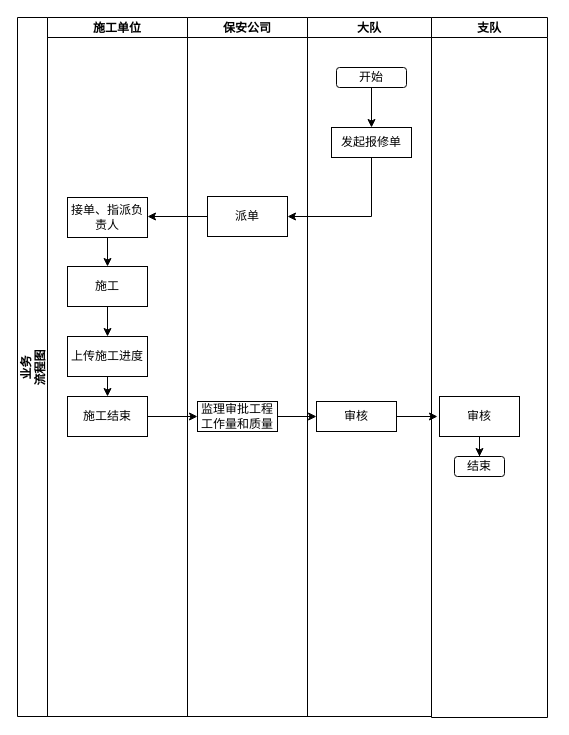
Before: design/大队发起-应急.drawio in huyongchao98/dapp, a draw.io diagram. Source tidied: cells renumbered, new cells numbered last; positions are measured from the earlier drawing's top-left corner, leaving out a move shared by most shapes. Both pictures are drawn from the tidied source at 100%, with x=0, y=0 at pixel (17, 17).
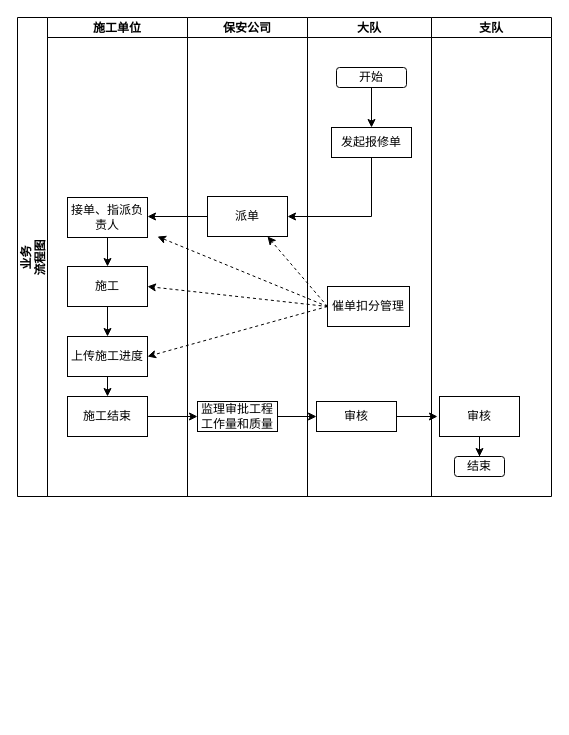
After the change.

Commit message:
更新大队发起-应急.drawio

The change refers to these unchanged cells:
```xml
<mxCell id="7" value="施工" style="rounded=0;whiteSpace=wrap;html=1;" parent="3" vertex="1">
  <mxGeometry x="20" y="249" width="80" height="40" as="geometry" />
</mxCell>
<mxCell id="9" value="上传施工进度" style="rounded=0;whiteSpace=wrap;html=1;" parent="3" vertex="1">
  <mxGeometry x="20" y="319" width="80" height="40" as="geometry" />
</mxCell>
<mxCell id="15" value="派单" style="rounded=0;whiteSpace=wrap;html=1;" parent="14" vertex="1">
  <mxGeometry x="20" y="179" width="80" height="40" as="geometry" />
</mxCell>
```

What changed in the source:
```diff
@@
     <mxCell id="2" value="业务&#10;流程图" style="swimlane;startSize=30;horizontal=0;" parent="1" vertex="1">
-      <mxGeometry width="414" height="699" as="geometry" />
+      <mxGeometry width="414" height="479" as="geometry" />
     </mxCell>
     <mxCell id="3" value="施工单位" style="swimlane;startSize=20;" parent="2" vertex="1">
-      <mxGeometry x="30" width="140" height="699" as="geometry" />
+      <mxGeometry x="30" width="140" height="479" as="geometry" />
     </mxCell>
@@
     <mxCell id="14" value="保安公司" style="swimlane;startSize=20;" parent="2" vertex="1">
-      <mxGeometry x="170" width="120" height="699" as="geometry" />
+      <mxGeometry x="170" width="120" height="479" as="geometry" />
     </mxCell>
@@
     <mxCell id="17" value="大队" style="swimlane;startSize=20;" parent="2" vertex="1">
-      <mxGeometry x="290" width="124" height="699" as="geometry" />
+      <mxGeometry x="290" width="124" height="479" as="geometry" />
     </mxCell>
@@
+    <mxCell id="28" style="edgeStyle=none;rounded=0;jettySize=auto;html=1;exitX=0;exitY=0.5;exitDx=0;exitDy=0;dashed=1;" parent="17" edge="1" source="29">
+      <mxGeometry relative="1" as="geometry">
+        <mxPoint x="-150" y="219" as="targetPoint" />
+      </mxGeometry>
+    </mxCell>
+    <mxCell id="29" value="催单扣分管理" style="rounded=0;whiteSpace=wrap;html=1;" parent="17" vertex="1">
+      <mxGeometry x="20" y="269" width="82" height="40" as="geometry" />
+    </mxCell>
@@
+    <mxCell id="30" style="edgeStyle=none;rounded=0;jettySize=auto;html=1;entryX=0.75;entryY=1;entryDx=0;entryDy=0;dashed=1;" parent="2" edge="1" target="15">
+      <mxGeometry relative="1" as="geometry">
+        <mxPoint x="310" y="289" as="sourcePoint" />
+      </mxGeometry>
+    </mxCell>
+    <mxCell id="31" style="edgeStyle=none;rounded=0;jettySize=auto;html=1;exitX=0;exitY=0.5;exitDx=0;exitDy=0;entryX=1;entryY=0.5;entryDx=0;entryDy=0;dashed=1;" parent="2" edge="1" source="29" target="9">
+      <mxGeometry relative="1" as="geometry" />
+    </mxCell>
     <mxCell id="24" value="支队" style="swimlane;startSize=20;" parent="1" vertex="1">
-      <mxGeometry x="414" width="116" height="700" as="geometry" />
+      <mxGeometry x="414" width="120" height="479" as="geometry" />
     </mxCell>
@@
+    <mxCell id="32" style="edgeStyle=none;rounded=0;jettySize=auto;html=1;dashed=1;entryX=1;entryY=0.5;entryDx=0;entryDy=0;" parent="1" edge="1" target="7">
+      <mxGeometry relative="1" as="geometry">
+        <mxPoint x="310" y="289" as="sourcePoint" />
+      </mxGeometry>
+    </mxCell>
```
